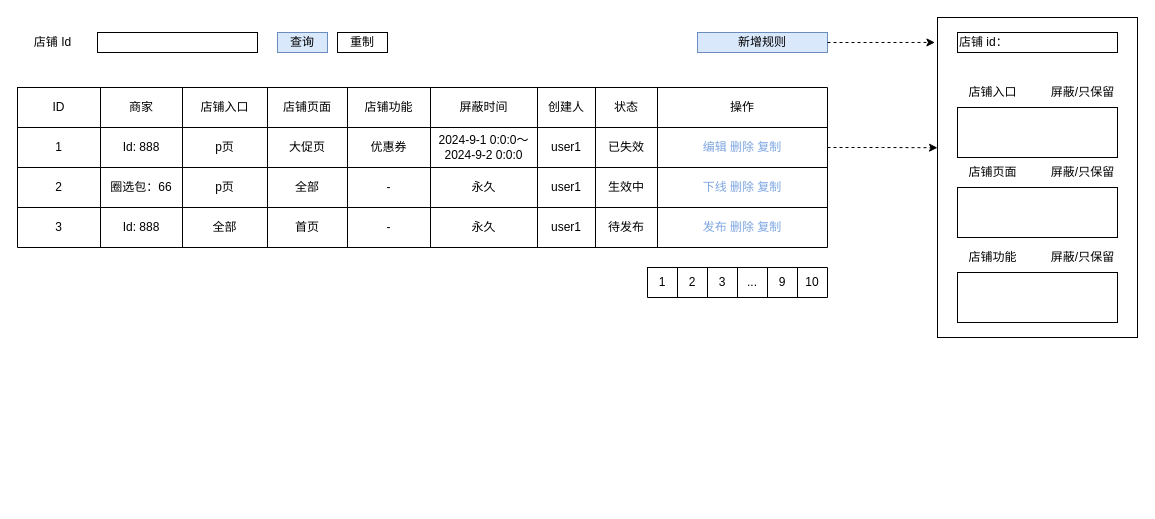
Above: page "界面设计" (4 of 5) of 快手/未命名绘图.drawio in XDcat/draw.io_2 (draw.io), before the change. Source tidied: cells renumbered, new cells numbered last; positions are measured from the earlier drawing's top-left corner, leaving out a move shared by most shapes. Both pictures are drawn from the tidied source at 100%, with x=0, y=0 at pixel (17, 17).
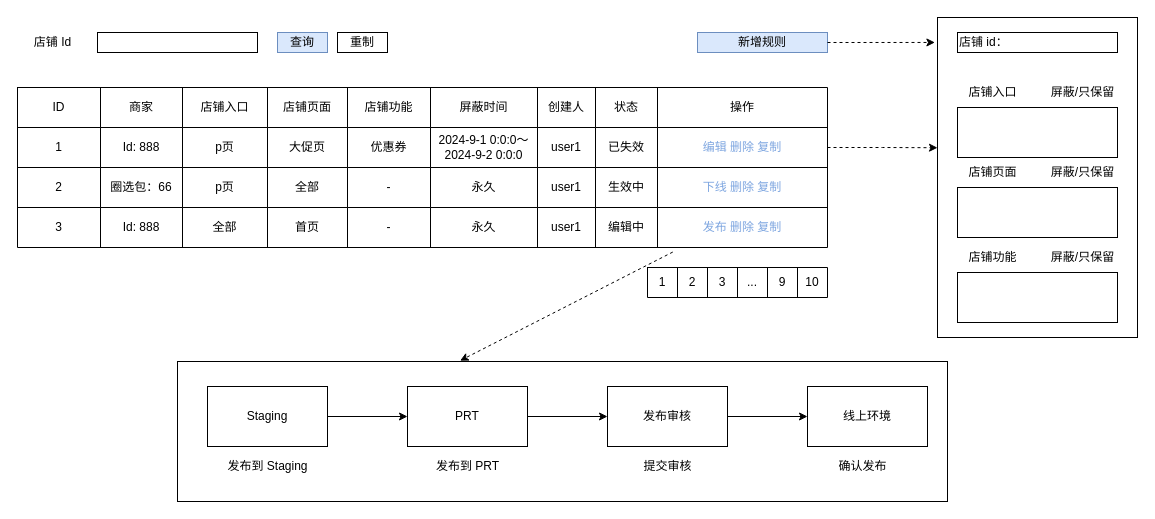
Above is the later version.

The change refers to these unchanged cells:
```xml
<mxCell id="33" style="shape=tableRow;horizontal=0;startSize=0;swimlaneHead=0;swimlaneBody=0;strokeColor=inherit;top=0;left=0;bottom=0;right=0;fillColor=none;points=[[0,0.5],[1,0.5]];portConstraint=eastwest;" parent="2" vertex="1">
  <mxGeometry y="120" width="810" height="40" as="geometry" />
</mxCell>
```

What changed in the source:
```diff
@@
+    <mxCell id="69" style="whiteSpace=wrap;html=1;" parent="1" vertex="1">
+      <mxGeometry x="920" width="200" height="320" as="geometry" />
+    </mxCell>
@@
-    <mxCell id="41" value="待发布" style="shape=partialRectangle;html=1;whiteSpace=wrap;strokeColor=inherit;overflow=hidden;fillColor=none;top=0;left=0;bottom=0;right=0;" parent="33" vertex="1">
+    <mxCell id="41" value="编辑中" style="shape=partialRectangle;html=1;whiteSpace=wrap;strokeColor=inherit;overflow=hidden;fillColor=none;top=0;left=0;bottom=0;right=0;" parent="33" vertex="1">
       <mxGeometry x="578" width="62" height="40" as="geometry" />
     </mxCell>
@@
+    <mxCell id="70" style="group;" parent="1" vertex="1">
+      <mxGeometry x="160" y="344" width="770" height="140" as="geometry" />
+    </mxCell>
+    <mxCell id="71" style="whiteSpace=wrap;html=1;" parent="70" vertex="1">
+      <mxGeometry width="770" height="140" as="geometry" />
+    </mxCell>
+    <mxCell id="72" style="edgeStyle=orthogonalEdgeStyle;rounded=0;jettySize=auto;html=1;" parent="70" edge="1" source="73" target="75">
+      <mxGeometry relative="1" as="geometry" />
+    </mxCell>
+    <mxCell id="73" value="Staging" style="whiteSpace=wrap;html=1;" parent="70" vertex="1">
+      <mxGeometry x="30" y="25" width="120" height="60" as="geometry" />
+    </mxCell>
+    <mxCell id="74" style="edgeStyle=orthogonalEdgeStyle;rounded=0;jettySize=auto;html=1;" parent="70" edge="1" source="75" target="77">
+      <mxGeometry relative="1" as="geometry" />
+    </mxCell>
+    <mxCell id="75" value="PRT" style="whiteSpace=wrap;html=1;" parent="70" vertex="1">
+      <mxGeometry x="230" y="25" width="120" height="60" as="geometry" />
+    </mxCell>
+    <mxCell id="76" style="edgeStyle=orthogonalEdgeStyle;rounded=0;jettySize=auto;html=1;" parent="70" edge="1" source="77" target="78">
+      <mxGeometry relative="1" as="geometry" />
+    </mxCell>
+    <mxCell id="77" value="发布审核" style="whiteSpace=wrap;html=1;" parent="70" vertex="1">
+      <mxGeometry x="430" y="25" width="120" height="60" as="geometry" />
+    </mxCell>
+    <mxCell id="78" value="线上环境" style="whiteSpace=wrap;html=1;" parent="70" vertex="1">
+      <mxGeometry x="630" y="25" width="120" height="60" as="geometry" />
+    </mxCell>
+    <mxCell id="79" value="发布到 Staging" style="text;html=1;align=center;verticalAlign=middle;strokeColor=none;fillColor=none;" parent="70" vertex="1">
+      <mxGeometry x="40" y="90" width="100" height="30" as="geometry" />
+    </mxCell>
+    <mxCell id="80" value="发布到 PRT" style="text;html=1;align=center;verticalAlign=middle;strokeColor=none;fillColor=none;" parent="70" vertex="1">
+      <mxGeometry x="245" y="90" width="90" height="30" as="geometry" />
+    </mxCell>
+    <mxCell id="81" value="提交审核" style="text;html=1;align=center;verticalAlign=middle;strokeColor=none;fillColor=none;" parent="70" vertex="1">
+      <mxGeometry x="455" y="90" width="70" height="30" as="geometry" />
+    </mxCell>
+    <mxCell id="82" value="确认发布" style="text;html=1;align=center;verticalAlign=middle;strokeColor=none;fillColor=none;" parent="70" vertex="1">
+      <mxGeometry x="650" y="90" width="70" height="30" as="geometry" />
+    </mxCell>
+    <mxCell id="83" style="endArrow=classic;html=1;rounded=0;exitX=0.809;exitY=1.114;exitDx=0;exitDy=0;entryX=0.367;entryY=-0.006;entryDx=0;entryDy=0;dashed=1;exitPerimeter=0;entryPerimeter=0;" parent="1" edge="1" source="33" target="71">
+      <mxGeometry relative="1" as="geometry" />
+    </mxCell>
```
